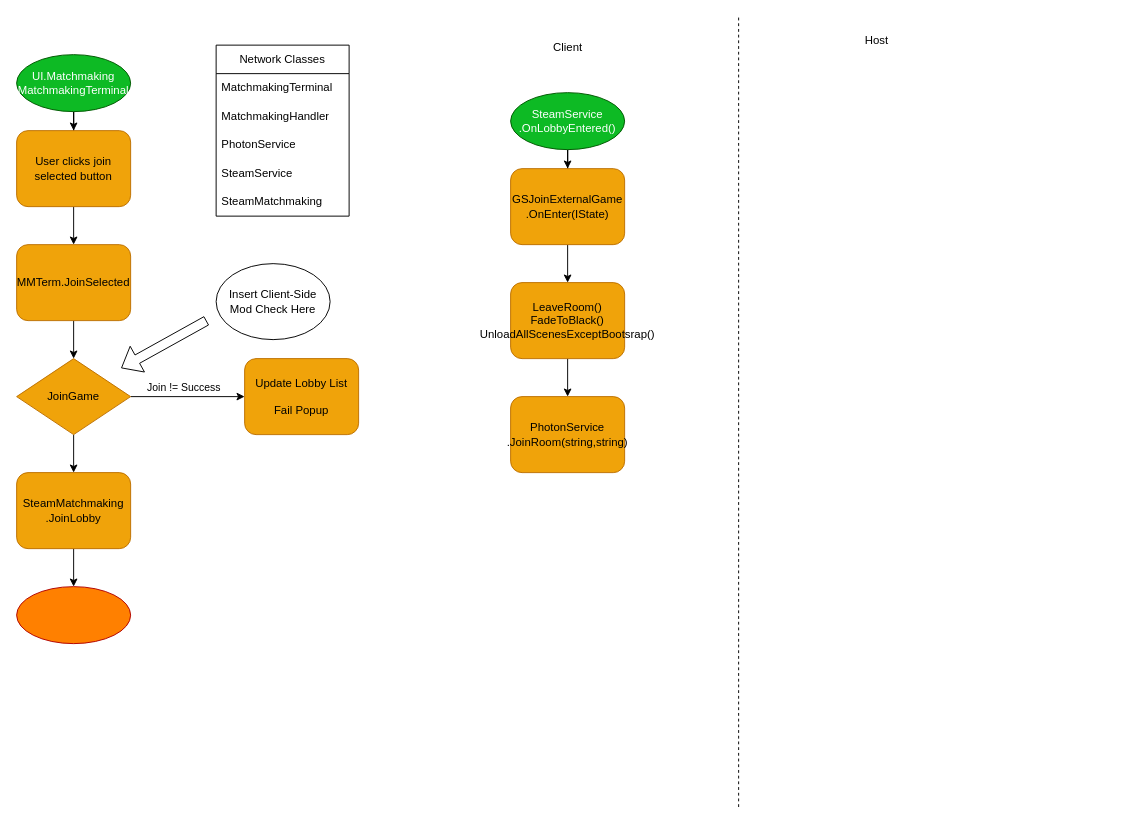
The draw.io diagram MutiplayerModRequirements.drawio in Void-Crew-Modding-Team/Diagrams, before the edit. Source tidied: cells renumbered, new cells numbered last; positions are measured from the earlier drawing's top-left corner, leaving out a move shared by most shapes. Both pictures are drawn from the tidied source at 95%, with x=0, y=0 at pixel (16, 16).
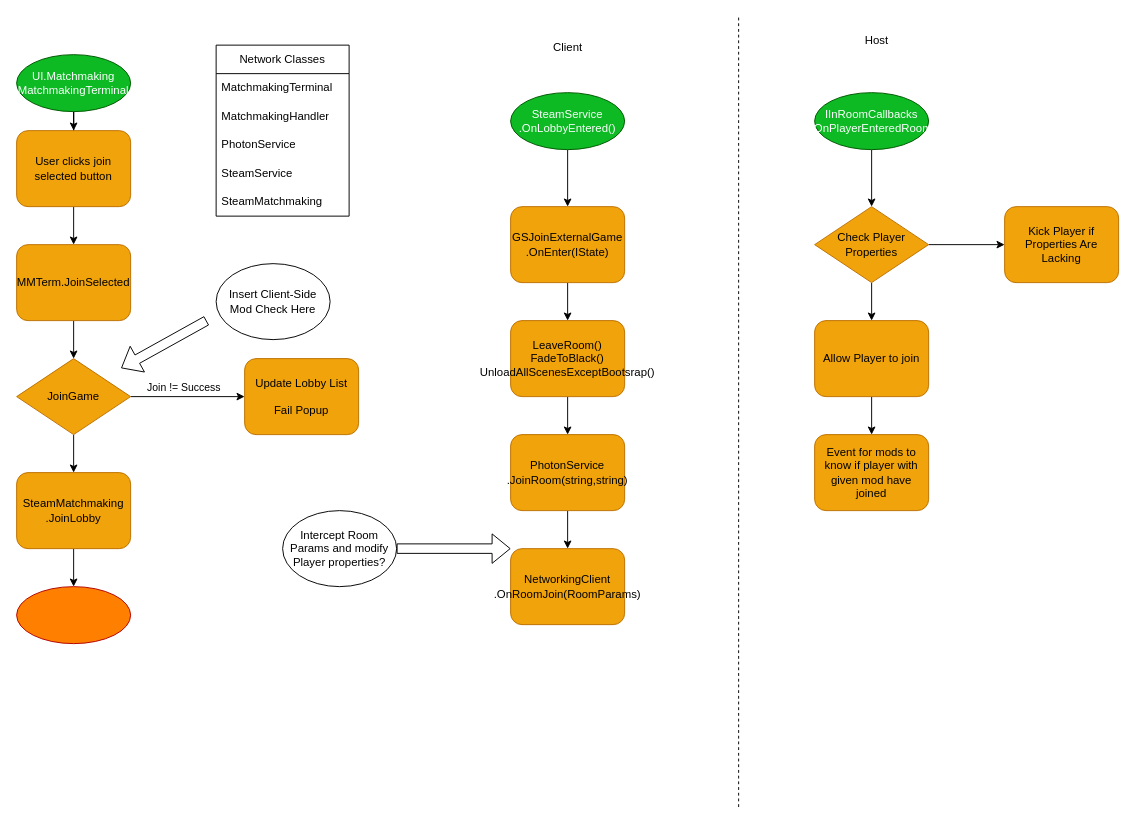
The same diagram, later.

The edit, as a diff of the source:
```diff
@@
     <mxCell id="30" value="GSJoinExternalGame&lt;br&gt;.OnEnter(IState)" style="rounded=1;whiteSpace=wrap;html=1;fillColor=#f0a30a;fontColor=#000000;strokeColor=#BD7000;" parent="1" vertex="1">
-      <mxGeometry x="520" y="160" width="120" height="80" as="geometry" />
+      <mxGeometry x="520" y="200" width="120" height="80" as="geometry" />
     </mxCell>
@@
     <mxCell id="32" value="LeaveRoom()&lt;br&gt;FadeToBlack()&lt;br&gt;UnloadAllScenesExceptBootsrap()" style="rounded=1;whiteSpace=wrap;html=1;fillColor=#f0a30a;fontColor=#000000;strokeColor=#BD7000;" parent="1" vertex="1">
-      <mxGeometry x="520" y="280" width="120" height="80" as="geometry" />
+      <mxGeometry x="520" y="320" width="120" height="80" as="geometry" />
     </mxCell>
+    <mxCell id="34" style="edgeStyle=orthogonalEdgeStyle;rounded=0;jettySize=auto;html=1;entryX=0.5;entryY=0;entryDx=0;entryDy=0;" parent="1" edge="1" source="33" target="35">
+      <mxGeometry relative="1" as="geometry" />
+    </mxCell>
     <mxCell id="33" value="PhotonService&lt;br&gt;.JoinRoom(string,string)" style="rounded=1;whiteSpace=wrap;html=1;fillColor=#f0a30a;fontColor=#000000;strokeColor=#BD7000;" parent="1" vertex="1">
-      <mxGeometry x="520" y="400" width="120" height="80" as="geometry" />
+      <mxGeometry x="520" y="440" width="120" height="80" as="geometry" />
     </mxCell>
+    <mxCell id="35" value="NetworkingClient&lt;br&gt;.OnRoomJoin(RoomParams)" style="rounded=1;whiteSpace=wrap;html=1;fillColor=#f0a30a;fontColor=#000000;strokeColor=#BD7000;" parent="1" vertex="1">
+      <mxGeometry x="520" y="560" width="120" height="80" as="geometry" />
+    </mxCell>
+    <mxCell id="36" value="Intercept Room Params and modify Player properties?" style="ellipse;whiteSpace=wrap;html=1;" parent="1" vertex="1">
+      <mxGeometry x="280" y="520" width="120" height="80" as="geometry" />
+    </mxCell>
+    <mxCell id="37" style="shape=flexArrow;endArrow=classic;html=1;rounded=0;entryX=0;entryY=0;entryDx=0;entryDy=0;exitX=1;exitY=0.5;exitDx=0;exitDy=0;" parent="1" edge="1" source="36" target="35">
+      <mxGeometry relative="1" as="geometry" />
+    </mxCell>
+    <mxCell id="38" style="edgeStyle=orthogonalEdgeStyle;rounded=0;jettySize=auto;html=1;" parent="1" edge="1" source="39" target="42">
+      <mxGeometry relative="1" as="geometry" />
+    </mxCell>
+    <mxCell id="39" value="IInRoomCallbacks&lt;br&gt;.OnPlayerEnteredRoom" style="ellipse;whiteSpace=wrap;html=1;fillColor=#0DBA24;strokeColor=#005700;fontColor=#ffffff;" parent="1" vertex="1">
+      <mxGeometry x="840" y="80" width="120" height="60" as="geometry" />
+    </mxCell>
+    <mxCell id="40" style="edgeStyle=orthogonalEdgeStyle;rounded=0;jettySize=auto;html=1;entryX=0;entryY=0.5;entryDx=0;entryDy=0;" parent="1" edge="1" source="42" target="43">
+      <mxGeometry relative="1" as="geometry" />
+    </mxCell>
+    <mxCell id="41" style="edgeStyle=orthogonalEdgeStyle;rounded=0;jettySize=auto;html=1;entryX=0.5;entryY=0;entryDx=0;entryDy=0;" parent="1" edge="1" source="42" target="45">
+      <mxGeometry relative="1" as="geometry" />
+    </mxCell>
+    <mxCell id="42" value="Check Player Properties" style="rhombus;whiteSpace=wrap;html=1;fillColor=#f0a30a;fontColor=#000000;strokeColor=#BD7000;" parent="1" vertex="1">
+      <mxGeometry x="840" y="200" width="120" height="80" as="geometry" />
+    </mxCell>
+    <mxCell id="43" value="Kick Player if Properties Are Lacking" style="rounded=1;whiteSpace=wrap;html=1;fillColor=#f0a30a;fontColor=#000000;strokeColor=#BD7000;" parent="1" vertex="1">
+      <mxGeometry x="1040" y="200" width="120" height="80" as="geometry" />
+    </mxCell>
+    <mxCell id="44" style="edgeStyle=orthogonalEdgeStyle;rounded=0;jettySize=auto;html=1;" parent="1" edge="1" source="45" target="46">
+      <mxGeometry relative="1" as="geometry" />
+    </mxCell>
+    <mxCell id="45" value="Allow Player to join" style="rounded=1;whiteSpace=wrap;html=1;fillColor=#f0a30a;fontColor=#000000;strokeColor=#BD7000;" parent="1" vertex="1">
+      <mxGeometry x="840" y="320" width="120" height="80" as="geometry" />
+    </mxCell>
+    <mxCell id="46" value="Event for mods to know if player with given mod have joined" style="rounded=1;whiteSpace=wrap;html=1;fillColor=#f0a30a;fontColor=#000000;strokeColor=#BD7000;" parent="1" vertex="1">
+      <mxGeometry x="840" y="440" width="120" height="80" as="geometry" />
+    </mxCell>
```
